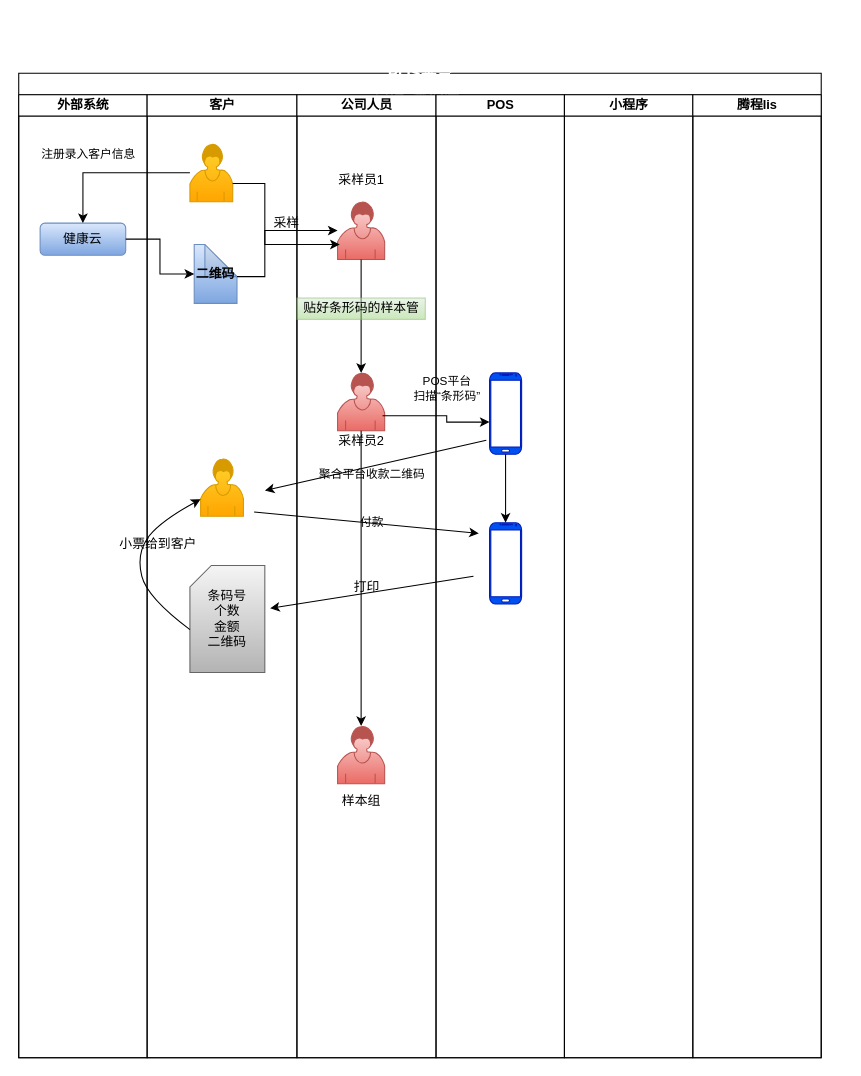
lidanqing123/drawio.picture keeps this draw.io diagram as 新冠业务流程（上海）.drawio. Above is the earlier version. Source tidied: cells renumbered, new cells numbered last; positions are measured from the earlier drawing's top-left corner, leaving out a move shared by most shapes. Both pictures are drawn from the tidied source at 107%, with x=0, y=0 at pixel (18, 73).
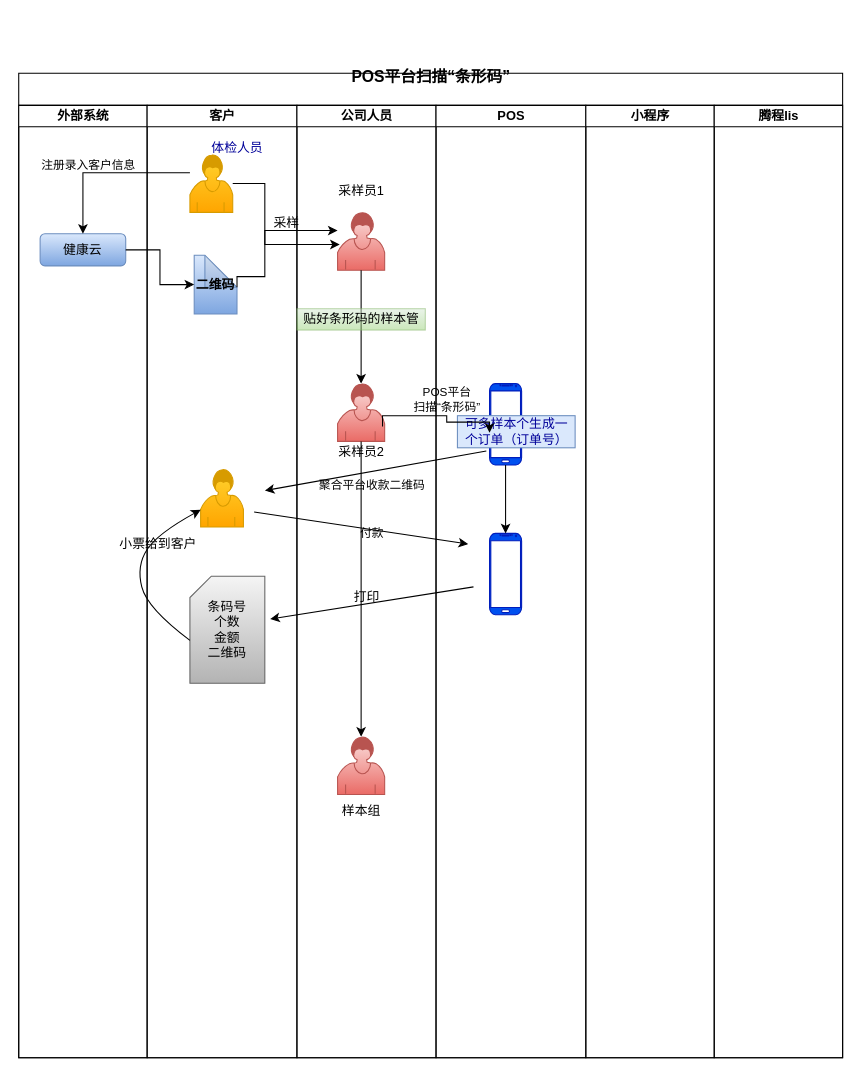
The same page after the edit.

Commit message:
更新新冠业务流程（上海）.drawio

Change to the diagram source:
```diff
@@
-    <mxCell id="2" value="&#10;&#10;&#10;&lt;div&gt;&lt;span style=&quot;font-size: 11pt ; color: rgb(255 , 255 , 255)&quot;&gt;POS平台&#10;&lt;/span&gt;&lt;/div&gt;&lt;div&gt;&lt;span style=&quot;font-size: 11pt ; color: rgb(255 , 255 , 255)&quot;&gt;扫描“条形码”&lt;/span&gt;&lt;/div&gt;&#10;&#10;&#10;" style="swimlane;html=1;startSize=20;" parent="1" vertex="1">
-      <mxGeometry width="750" height="920" as="geometry" />
+    <mxCell id="2" value="&lt;br&gt;&lt;div&gt;&lt;br&gt;&lt;div&gt;&lt;br&gt;&lt;/div&gt;&lt;/div&gt;&lt;div&gt;&lt;span style=&quot;font-size: 11pt&quot;&gt;POS平台扫描“条形码”&lt;/span&gt;&lt;/div&gt;&lt;div&gt;&lt;br&gt;&lt;/div&gt;" style="swimlane;html=1;startSize=30;labelBorderColor=none;align=center;verticalAlign=bottom;" parent="1" vertex="1">
+      <mxGeometry width="770" height="920" as="geometry" />
     </mxCell>
     <mxCell id="3" value="外部系统" style="swimlane;html=1;startSize=20;" parent="2" vertex="1">
-      <mxGeometry y="20" width="120" height="900" as="geometry" />
+      <mxGeometry y="30" width="120" height="890" as="geometry" />
     </mxCell>
@@
     <mxCell id="6" value="客户" style="swimlane;html=1;startSize=20;" parent="2" vertex="1">
-      <mxGeometry x="120" y="20" width="140" height="900" as="geometry" />
+      <mxGeometry x="120" y="30" width="140" height="890" as="geometry" />
     </mxCell>
@@
+    <mxCell id="42" value="体检人员" style="text;html=1;align=center;verticalAlign=middle;fontColor=#000099;" parent="6" vertex="1">
+      <mxGeometry x="54" y="30" width="60" height="20" as="geometry" />
+    </mxCell>
     <mxCell id="12" value="公司人员" style="swimlane;html=1;startSize=20;" parent="2" vertex="1">
-      <mxGeometry x="260" y="20" width="130" height="900" as="geometry" />
+      <mxGeometry x="260" y="30" width="130" height="890" as="geometry" />
     </mxCell>
@@
     <mxCell id="26" value="POS" style="swimlane;html=1;startSize=20;" parent="2" vertex="1">
-      <mxGeometry x="390" y="20" width="120" height="900" as="geometry" />
+      <mxGeometry x="390" y="30" width="140" height="890" as="geometry" />
     </mxCell>
@@
+    <mxCell id="43" value="&lt;div&gt;可多样本个生成一&lt;/div&gt;&lt;div&gt;个订单（订单号）&lt;/div&gt;" style="text;html=1;align=center;verticalAlign=middle;fillColor=#dae8fc;strokeColor=#6c8ebf;fontColor=#000099;" parent="26" vertex="1">
+      <mxGeometry x="20" y="290" width="110" height="30" as="geometry" />
+    </mxCell>
     <mxCell id="31" value="小程序" style="swimlane;html=1;startSize=20;" parent="2" vertex="1">
-      <mxGeometry x="510" y="20" width="120" height="900" as="geometry" />
+      <mxGeometry x="530" y="30" width="120" height="890" as="geometry" />
     </mxCell>
     <mxCell id="32" value="腾程lis" style="swimlane;html=1;startSize=20;" parent="2" vertex="1">
-      <mxGeometry x="630" y="20" width="120" height="900" as="geometry" />
+      <mxGeometry x="650" y="30" width="120" height="890" as="geometry" />
     </mxCell>
@@
     <mxCell id="40" style="endArrow=classic;html=1;" parent="1" edge="1">
       <mxGeometry relative="1" as="geometry">
         <mxPoint x="220" y="410" as="sourcePoint" />
-        <mxPoint x="430" y="430" as="targetPoint" />
+        <mxPoint x="420" y="440" as="targetPoint" />
       </mxGeometry>
     </mxCell>
```
